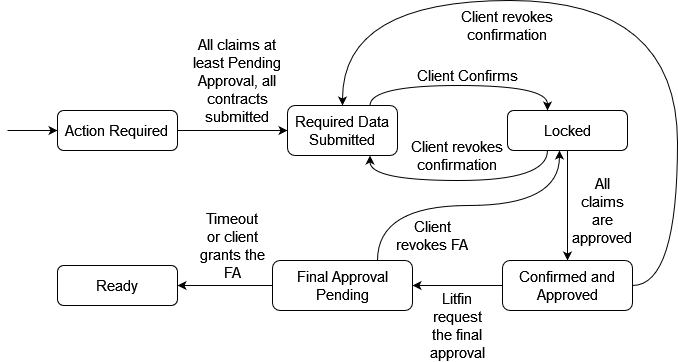
prusovak2/SwProjectDiagrams keeps this draw.io diagram as Claim_set_workflow_2.0.drawio.png. Above is the earlier version. Source tidied: cells renumbered, new cells last; positions are measured from the earlier drawing's top-left corner, leaving out a move shared by most shapes.
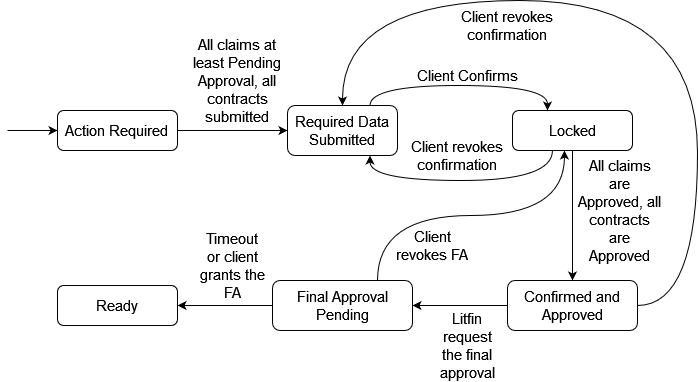
Later version of the same file.

Diff of the diagram source:
```diff
@@ -14,13 +14,13 @@
     <mxCell id="5" style="edgeStyle=orthogonalEdgeStyle;curved=1;jettySize=auto;html=1;exitX=0.333;exitY=1;exitDx=0;exitDy=0;entryX=0.75;entryY=1;entryDx=0;entryDy=0;fontSize=15;exitPerimeter=0;" parent="1" edge="1" source="6" target="23">
       <mxGeometry relative="1" as="geometry">
         <Array as="points">
-          <mxPoint x="540" y="180" />
+          <mxPoint x="545" y="180" />
           <mxPoint x="363" y="180" />
         </Array>
       </mxGeometry>
     </mxCell>
     <mxCell id="6" value="&lt;font style=&quot;font-size: 15px&quot;&gt;Locked&lt;/font&gt;" style="rounded=1;whiteSpace=wrap;html=1;" parent="1" vertex="1">
-      <mxGeometry x="500" y="110" width="120" height="40" as="geometry" />
+      <mxGeometry x="505" y="110" width="120" height="40" as="geometry" />
     </mxCell>
     <mxCell id="7" style="edgeStyle=orthogonalEdgeStyle;curved=1;jettySize=auto;html=1;exitX=0;exitY=0.5;exitDx=0;exitDy=0;entryX=1;entryY=0.5;entryDx=0;entryDy=0;fontSize=15;" parent="1" edge="1" source="9" target="12">
       <mxGeometry relative="1" as="geometry" />
@@ -28,14 +28,14 @@
     <mxCell id="8" style="edgeStyle=orthogonalEdgeStyle;curved=1;jettySize=auto;html=1;exitX=1;exitY=0.5;exitDx=0;exitDy=0;fontSize=15;entryX=0.5;entryY=0;entryDx=0;entryDy=0;" parent="1" edge="1" source="9" target="23">
       <mxGeometry relative="1" as="geometry">
         <Array as="points">
-          <mxPoint x="670" y="285" />
-          <mxPoint x="670" />
+          <mxPoint x="690" y="305" />
+          <mxPoint x="690" />
           <mxPoint x="335" />
         </Array>
       </mxGeometry>
     </mxCell>
     <mxCell id="9" value="&lt;font style=&quot;font-size: 15px&quot;&gt;Confirmed and Approved&lt;/font&gt;" style="rounded=1;whiteSpace=wrap;html=1;" parent="1" vertex="1">
-      <mxGeometry x="495" y="260" width="130" height="50" as="geometry" />
+      <mxGeometry x="500" y="280" width="130" height="50" as="geometry" />
     </mxCell>
     <mxCell id="10" style="edgeStyle=orthogonalEdgeStyle;curved=1;jettySize=auto;html=1;exitX=0.75;exitY=0;exitDx=0;exitDy=0;entryX=0.433;entryY=1;entryDx=0;entryDy=0;entryPerimeter=0;fontSize=15;" parent="1" edge="1" source="12" target="6">
       <mxGeometry relative="1" as="geometry" />
@@ -44,18 +44,18 @@
       <mxGeometry relative="1" as="geometry" />
     </mxCell>
     <mxCell id="12" value="&lt;font style=&quot;font-size: 15px&quot;&gt;Final Approval Pending&lt;/font&gt;" style="rounded=1;whiteSpace=wrap;html=1;" parent="1" vertex="1">
-      <mxGeometry x="265" y="260" width="140" height="50" as="geometry" />
+      <mxGeometry x="265" y="280" width="140" height="50" as="geometry" />
     </mxCell>
     <mxCell id="13" value="&lt;font style=&quot;font-size: 15px&quot;&gt;Ready&lt;/font&gt;" style="rounded=1;whiteSpace=wrap;html=1;" parent="1" vertex="1">
-      <mxGeometry x="50" y="265" width="120" height="40" as="geometry" />
+      <mxGeometry x="50" y="285" width="120" height="40" as="geometry" />
     </mxCell>
     <mxCell id="14" style="endArrow=classic;html=1;rounded=0;fontSize=15;entryX=0;entryY=0.5;entryDx=0;entryDy=0;" parent="1" edge="1" target="3">
       <mxGeometry relative="1" as="geometry">
         <mxPoint y="130" as="sourcePoint" />
       </mxGeometry>
     </mxCell>
-    <mxCell id="15" value="All claims are approved" style="text;html=1;strokeColor=none;fillColor=none;align=center;verticalAlign=middle;whiteSpace=wrap;rounded=0;fontSize=15;" parent="1" vertex="1">
-      <mxGeometry x="565" y="180" width="60" height="60" as="geometry" />
+    <mxCell id="15" value="All claims are Approved, all contracts are Approved" style="text;html=1;strokeColor=none;fillColor=none;align=center;verticalAlign=middle;whiteSpace=wrap;rounded=0;fontSize=15;" parent="1" vertex="1">
+      <mxGeometry x="570" y="180" width="85" height="60" as="geometry" />
     </mxCell>
     <mxCell id="16" value="Client Confirms" style="text;html=1;strokeColor=none;fillColor=none;align=center;verticalAlign=middle;whiteSpace=wrap;rounded=0;fontSize=15;" parent="1" vertex="1">
       <mxGeometry x="405" y="60" width="110" height="30" as="geometry" />
@@ -64,16 +64,16 @@
       <mxGeometry x="390" y="140" width="120" height="30" as="geometry" />
     </mxCell>
     <mxCell id="18" value="Litfin request the final approval" style="text;html=1;strokeColor=none;fillColor=none;align=center;verticalAlign=middle;whiteSpace=wrap;rounded=0;fontSize=15;" parent="1" vertex="1">
-      <mxGeometry x="415" y="290" width="70" height="70" as="geometry" />
+      <mxGeometry x="425" y="310" width="70" height="70" as="geometry" />
     </mxCell>
     <mxCell id="19" value="Timeout or client grants the FA" style="text;html=1;strokeColor=none;fillColor=none;align=center;verticalAlign=middle;whiteSpace=wrap;rounded=0;fontSize=15;" parent="1" vertex="1">
-      <mxGeometry x="190" y="220" width="70" height="50" as="geometry" />
+      <mxGeometry x="190" y="240" width="70" height="50" as="geometry" />
     </mxCell>
     <mxCell id="20" value="Client revokes confirmation" style="text;html=1;strokeColor=none;fillColor=none;align=center;verticalAlign=middle;whiteSpace=wrap;rounded=0;fontSize=15;" parent="1" vertex="1">
       <mxGeometry x="440" width="120" height="50" as="geometry" />
     </mxCell>
     <mxCell id="21" value="Client revokes FA" style="text;html=1;strokeColor=none;fillColor=none;align=center;verticalAlign=middle;whiteSpace=wrap;rounded=0;fontSize=15;" parent="1" vertex="1">
-      <mxGeometry x="380" y="210" width="90" height="50" as="geometry" />
+      <mxGeometry x="380" y="220" width="90" height="50" as="geometry" />
     </mxCell>
     <mxCell id="22" style="edgeStyle=orthogonalEdgeStyle;curved=1;jettySize=auto;html=1;exitX=0.75;exitY=0;exitDx=0;exitDy=0;fontSize=15;" parent="1" edge="1" source="23" target="6">
       <mxGeometry relative="1" as="geometry">
```
